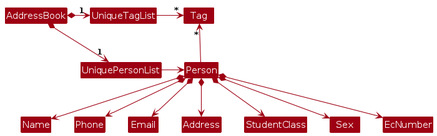
This is diagrams/BetterModelClassDiagram.png from AY2425S1-CS2103-F12-4/tp, a PlantUML export, as it was before one commit. Its source is kept beside it as diagrams/BetterModelClassDiagram.puml.
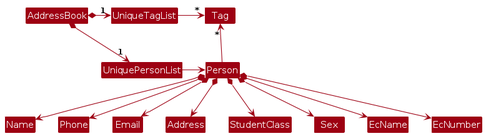
Above is the later version.

Change to the diagram source:
```diff
@@ -20,5 +20,6 @@
 Person *--> Address
 Person *--> StudentClass
 Person *--> Sex
+Person *--> EcName
 Person *--> EcNumber
 @enduml
```
